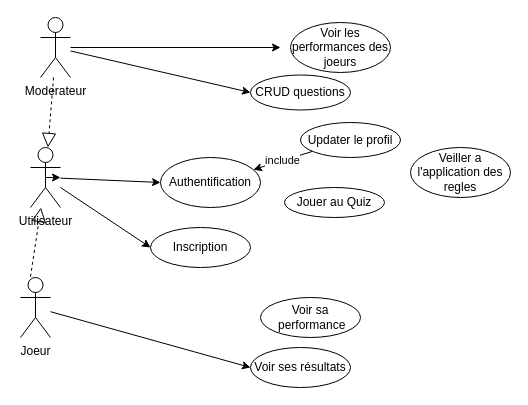
The draw.io diagram Diagramme sans nom.drawio in murielleflora/test-repositoire, before the edit. Source tidied: cells renumbered, new cells numbered last; positions are measured from the earlier drawing's top-left corner, leaving out a move shared by most shapes. Both pictures are drawn from the tidied source at 100%, with x=0, y=0 at pixel (20, 17).
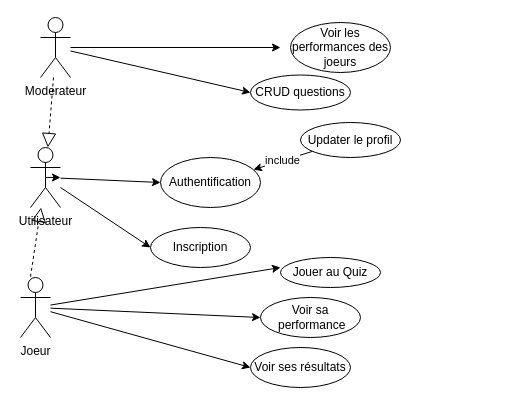
The same diagram, later.

Commit message:
Mettre à jour Diagramme sans nom.drawio

Unchanged cells that the change refers to:
```xml
<mxCell id="9" value="Joeur&lt;br&gt;" style="shape=umlActor;verticalLabelPosition=bottom;verticalAlign=top;html=1;outlineConnect=0;" parent="1" vertex="1">
  <mxGeometry y="260" width="30" height="60" as="geometry" />
</mxCell>
<mxCell id="16" value="Voir sa&lt;br&gt;&amp;nbsp;performance" style="ellipse;whiteSpace=wrap;html=1;" parent="1" vertex="1">
  <mxGeometry x="240" y="280" width="100" height="40" as="geometry" />
</mxCell>
```

Change to the diagram source:
```diff
@@
+    <mxCell id="23" style="edgeStyle=none;rounded=0;jettySize=auto;html=1;entryX=0;entryY=0.5;entryDx=0;entryDy=0;" parent="1" edge="1" source="9" target="16">
+      <mxGeometry relative="1" as="geometry" />
+    </mxCell>
+    <mxCell id="24" style="edgeStyle=none;rounded=0;jettySize=auto;html=1;" parent="1" edge="1" source="9">
+      <mxGeometry relative="1" as="geometry">
+        <mxPoint x="260" y="250" as="targetPoint" />
+      </mxGeometry>
+    </mxCell>
@@
     <mxCell id="11" value="Jouer au Quiz" style="ellipse;whiteSpace=wrap;html=1;" parent="1" vertex="1">
-      <mxGeometry x="264" y="170" width="100" height="30" as="geometry" />
+      <mxGeometry x="260" y="240" width="100" height="30" as="geometry" />
     </mxCell>
@@
-    <mxCell id="17" value="Veiller a l'application des regles" style="ellipse;whiteSpace=wrap;html=1;" parent="1" vertex="1">
-      <mxGeometry x="390" y="130" width="100" height="50" as="geometry" />
-    </mxCell>
```
